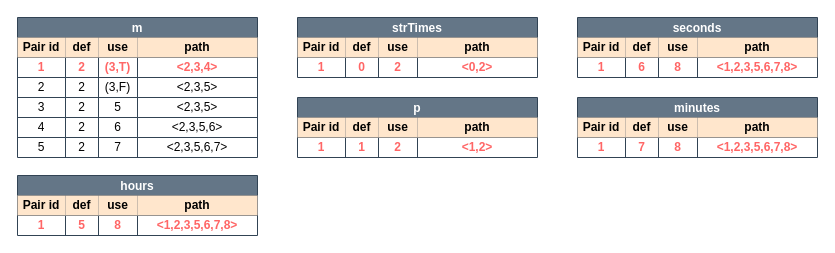
The draw.io diagram page "All-defs" (4 of 6) of docs/08_assignment/figures/parseSeconds.drawio in Jumaruba/jtimesched, before the edit. Source tidied: cells renumbered, new cells numbered last; positions are measured from the earlier drawing's top-left corner, leaving out a move shared by most shapes. Both pictures are drawn from the tidied source at 100%, with x=0, y=0 at pixel (17, 17).
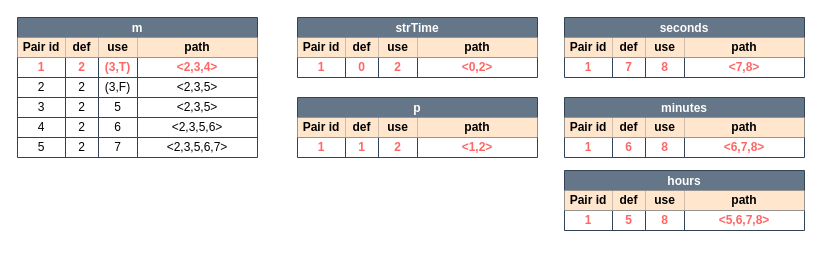
After the change.

What changed in the source:
```diff
@@
-    <mxCell id="2" value="hours" style="shape=table;startSize=20;childLayout=tableLayout;fontStyle=1;align=center;labelBackgroundColor=none;fontSize=12;fillColor=#647687;fontColor=#ffffff;strokeColor=#314354;" parent="1" vertex="1">
-      <mxGeometry y="158" width="240" height="60" as="geometry" />
-    </mxCell>
-    <mxCell id="3" style="shape=partialRectangle;html=1;whiteSpace=wrap;fillColor=none;top=0;left=0;bottom=0;right=0;labelBackgroundColor=none;fontSize=12;" parent="2" vertex="1">
-      <mxGeometry y="20" width="240" height="20" as="geometry" />
-    </mxCell>
-    <mxCell id="4" value="Pair id" style="shape=partialRectangle;html=1;whiteSpace=wrap;fillColor=#ffe6cc;top=0;left=0;bottom=0;right=0;overflow=hidden;labelBackgroundColor=none;fontSize=12;strokeColor=#d79b00;fontStyle=1;" parent="3" vertex="1">
-      <mxGeometry width="48" height="20" as="geometry" />
-    </mxCell>
-    <mxCell id="5" value="def" style="shape=partialRectangle;html=1;whiteSpace=wrap;fillColor=#ffe6cc;top=0;left=0;bottom=0;right=0;overflow=hidden;labelBackgroundColor=none;fontSize=12;strokeColor=#d79b00;fontStyle=1;" parent="3" vertex="1">
-      <mxGeometry x="48" width="33" height="20" as="geometry" />
-    </mxCell>
-    <mxCell id="6" value="use" style="shape=partialRectangle;html=1;whiteSpace=wrap;fillColor=#ffe6cc;top=0;left=0;bottom=0;right=0;overflow=hidden;labelBackgroundColor=none;fontSize=12;strokeColor=#d79b00;fontStyle=1;" parent="3" vertex="1">
-      <mxGeometry x="81" width="39" height="20" as="geometry" />
-    </mxCell>
-    <mxCell id="7" value="path" style="shape=partialRectangle;html=1;whiteSpace=wrap;fillColor=#ffe6cc;top=0;left=0;bottom=0;right=0;overflow=hidden;labelBackgroundColor=none;fontSize=12;strokeColor=#d79b00;fontStyle=1;" parent="3" vertex="1">
-      <mxGeometry x="120" width="120" height="20" as="geometry" />
-    </mxCell>
-    <mxCell id="8" style="shape=partialRectangle;html=1;whiteSpace=wrap;fillColor=none;top=0;left=0;bottom=0;right=0;labelBackgroundColor=none;fontSize=12;" parent="2" vertex="1">
-      <mxGeometry y="40" width="240" height="20" as="geometry" />
-    </mxCell>
-    <mxCell id="9" value="1" style="shape=partialRectangle;html=1;whiteSpace=wrap;fillColor=none;top=0;left=0;bottom=0;right=0;overflow=hidden;labelBackgroundColor=none;fontSize=12;fontStyle=1;fontColor=#FF6666;" parent="8" vertex="1">
-      <mxGeometry width="48" height="20" as="geometry" />
-    </mxCell>
-    <mxCell id="10" value="5" style="shape=partialRectangle;html=1;whiteSpace=wrap;fillColor=none;top=0;left=0;bottom=0;right=0;overflow=hidden;labelBackgroundColor=none;fontSize=12;fontStyle=1;fontColor=#FF6666;" parent="8" vertex="1">
-      <mxGeometry x="48" width="33" height="20" as="geometry" />
-    </mxCell>
-    <mxCell id="11" value="8" style="shape=partialRectangle;html=1;whiteSpace=wrap;fillColor=none;top=0;left=0;bottom=0;right=0;overflow=hidden;labelBackgroundColor=none;fontSize=12;fontStyle=1;fontColor=#FF6666;" parent="8" vertex="1">
-      <mxGeometry x="81" width="39" height="20" as="geometry" />
-    </mxCell>
-    <mxCell id="12" value="&amp;lt;1,2,3,5,6,7,8&amp;gt;" style="shape=partialRectangle;html=1;whiteSpace=wrap;fillColor=none;top=0;left=0;bottom=0;right=0;overflow=hidden;labelBackgroundColor=none;fontSize=12;fontStyle=1;fontColor=#FF6666;" parent="8" vertex="1">
-      <mxGeometry x="120" width="120" height="20" as="geometry" />
-    </mxCell>
-    <mxCell id="13" value="seconds" style="shape=table;startSize=20;childLayout=tableLayout;fontStyle=1;align=center;labelBackgroundColor=none;fontSize=12;fillColor=#647687;fontColor=#ffffff;strokeColor=#314354;perimeterSpacing=0;" parent="1" vertex="1">
-      <mxGeometry x="560" width="240" height="60" as="geometry" />
-    </mxCell>
-    <mxCell id="14" style="shape=partialRectangle;html=1;whiteSpace=wrap;fillColor=none;top=0;left=0;bottom=0;right=0;labelBackgroundColor=none;fontSize=12;" parent="13" vertex="1">
-      <mxGeometry y="20" width="240" height="20" as="geometry" />
-    </mxCell>
-    <mxCell id="15" value="Pair id" style="shape=partialRectangle;html=1;whiteSpace=wrap;fillColor=#ffe6cc;top=0;left=0;bottom=0;right=0;overflow=hidden;labelBackgroundColor=none;fontSize=12;strokeColor=#d79b00;fontStyle=1;" parent="14" vertex="1">
-      <mxGeometry width="48" height="20" as="geometry" />
-    </mxCell>
-    <mxCell id="16" value="def" style="shape=partialRectangle;html=1;whiteSpace=wrap;fillColor=#ffe6cc;top=0;left=0;bottom=0;right=0;overflow=hidden;labelBackgroundColor=none;fontSize=12;strokeColor=#d79b00;fontStyle=1;" parent="14" vertex="1">
-      <mxGeometry x="48" width="33" height="20" as="geometry" />
-    </mxCell>
-    <mxCell id="17" value="use" style="shape=partialRectangle;html=1;whiteSpace=wrap;fillColor=#ffe6cc;top=0;left=0;bottom=0;right=0;overflow=hidden;labelBackgroundColor=none;fontSize=12;strokeColor=#d79b00;fontStyle=1;" parent="14" vertex="1">
-      <mxGeometry x="81" width="39" height="20" as="geometry" />
-    </mxCell>
-    <mxCell id="18" value="path" style="shape=partialRectangle;html=1;whiteSpace=wrap;fillColor=#ffe6cc;top=0;left=0;bottom=0;right=0;overflow=hidden;labelBackgroundColor=none;fontSize=12;strokeColor=#d79b00;fontStyle=1;" parent="14" vertex="1">
-      <mxGeometry x="120" width="120" height="20" as="geometry" />
-    </mxCell>
-    <mxCell id="19" style="shape=partialRectangle;html=1;whiteSpace=wrap;fillColor=none;top=0;left=0;bottom=0;right=0;labelBackgroundColor=none;fontSize=12;" parent="13" vertex="1">
-      <mxGeometry y="40" width="240" height="20" as="geometry" />
-    </mxCell>
-    <mxCell id="20" value="1" style="shape=partialRectangle;html=1;whiteSpace=wrap;fillColor=none;top=0;left=0;bottom=0;right=0;overflow=hidden;labelBackgroundColor=none;fontSize=12;fontColor=#FF6666;fontStyle=1;" parent="19" vertex="1">
-      <mxGeometry width="48" height="20" as="geometry" />
-    </mxCell>
-    <mxCell id="21" value="6" style="shape=partialRectangle;html=1;whiteSpace=wrap;fillColor=none;top=0;left=0;bottom=0;right=0;overflow=hidden;labelBackgroundColor=none;fontSize=12;fontColor=#FF6666;fontStyle=1;" parent="19" vertex="1">
-      <mxGeometry x="48" width="33" height="20" as="geometry" />
-    </mxCell>
-    <mxCell id="22" value="8" style="shape=partialRectangle;html=1;whiteSpace=wrap;fillColor=none;top=0;left=0;bottom=0;right=0;overflow=hidden;labelBackgroundColor=none;fontSize=12;fontColor=#FF6666;fontStyle=1;" parent="19" vertex="1">
-      <mxGeometry x="81" width="39" height="20" as="geometry" />
-    </mxCell>
-    <mxCell id="23" value="&amp;lt;1,2,3,5,6,7,8&amp;gt;" style="shape=partialRectangle;html=1;whiteSpace=wrap;fillColor=none;top=0;left=0;bottom=0;right=0;overflow=hidden;labelBackgroundColor=none;fontSize=12;fontColor=#FF6666;fontStyle=1;" parent="19" vertex="1">
-      <mxGeometry x="120" width="120" height="20" as="geometry" />
-    </mxCell>
-    <mxCell id="24" value="minutes" style="shape=table;startSize=20;childLayout=tableLayout;fontStyle=1;align=center;labelBackgroundColor=none;fontSize=12;fillColor=#647687;fontColor=#ffffff;strokeColor=#314354;" parent="1" vertex="1">
-      <mxGeometry x="560" y="80" width="240" height="60" as="geometry" />
-    </mxCell>
-    <mxCell id="25" style="shape=partialRectangle;html=1;whiteSpace=wrap;fillColor=none;top=0;left=0;bottom=0;right=0;labelBackgroundColor=none;fontSize=12;" parent="24" vertex="1">
-      <mxGeometry y="20" width="240" height="20" as="geometry" />
-    </mxCell>
-    <mxCell id="26" value="Pair id" style="shape=partialRectangle;html=1;whiteSpace=wrap;fillColor=#ffe6cc;top=0;left=0;bottom=0;right=0;overflow=hidden;labelBackgroundColor=none;fontSize=12;strokeColor=#d79b00;fontStyle=1;" parent="25" vertex="1">
-      <mxGeometry width="48" height="20" as="geometry" />
-    </mxCell>
-    <mxCell id="27" value="def" style="shape=partialRectangle;html=1;whiteSpace=wrap;fillColor=#ffe6cc;top=0;left=0;bottom=0;right=0;overflow=hidden;labelBackgroundColor=none;fontSize=12;strokeColor=#d79b00;fontStyle=1;" parent="25" vertex="1">
-      <mxGeometry x="48" width="33" height="20" as="geometry" />
-    </mxCell>
-    <mxCell id="28" value="use" style="shape=partialRectangle;html=1;whiteSpace=wrap;fillColor=#ffe6cc;top=0;left=0;bottom=0;right=0;overflow=hidden;labelBackgroundColor=none;fontSize=12;strokeColor=#d79b00;fontStyle=1;" parent="25" vertex="1">
-      <mxGeometry x="81" width="39" height="20" as="geometry" />
-    </mxCell>
-    <mxCell id="29" value="path" style="shape=partialRectangle;html=1;whiteSpace=wrap;fillColor=#ffe6cc;top=0;left=0;bottom=0;right=0;overflow=hidden;labelBackgroundColor=none;fontSize=12;strokeColor=#d79b00;fontStyle=1;" parent="25" vertex="1">
-      <mxGeometry x="120" width="120" height="20" as="geometry" />
-    </mxCell>
-    <mxCell id="30" style="shape=partialRectangle;html=1;whiteSpace=wrap;fillColor=none;top=0;left=0;bottom=0;right=0;labelBackgroundColor=none;fontSize=12;" parent="24" vertex="1">
-      <mxGeometry y="40" width="240" height="20" as="geometry" />
-    </mxCell>
-    <mxCell id="31" value="1" style="shape=partialRectangle;html=1;whiteSpace=wrap;fillColor=none;top=0;left=0;bottom=0;right=0;overflow=hidden;labelBackgroundColor=none;fontSize=12;fontColor=#FF6666;fontStyle=1;" parent="30" vertex="1">
-      <mxGeometry width="48" height="20" as="geometry" />
-    </mxCell>
-    <mxCell id="32" value="7" style="shape=partialRectangle;html=1;whiteSpace=wrap;fillColor=none;top=0;left=0;bottom=0;right=0;overflow=hidden;labelBackgroundColor=none;fontSize=12;fontColor=#FF6666;fontStyle=1;" parent="30" vertex="1">
-      <mxGeometry x="48" width="33" height="20" as="geometry" />
-    </mxCell>
-    <mxCell id="33" value="8" style="shape=partialRectangle;html=1;whiteSpace=wrap;fillColor=none;top=0;left=0;bottom=0;right=0;overflow=hidden;labelBackgroundColor=none;fontSize=12;fontColor=#FF6666;fontStyle=1;" parent="30" vertex="1">
-      <mxGeometry x="81" width="39" height="20" as="geometry" />
-    </mxCell>
-    <mxCell id="34" value="&amp;lt;1,2,3,5,6,7,8&amp;gt;" style="shape=partialRectangle;html=1;whiteSpace=wrap;fillColor=none;top=0;left=0;bottom=0;right=0;overflow=hidden;labelBackgroundColor=none;fontSize=12;fontColor=#FF6666;fontStyle=1;" parent="30" vertex="1">
-      <mxGeometry x="120" width="120" height="20" as="geometry" />
-    </mxCell>
@@
-    <mxCell id="66" value="strTimes" style="shape=table;startSize=20;childLayout=tableLayout;fontStyle=1;align=center;labelBackgroundColor=none;fontSize=12;fillColor=#647687;fontColor=#ffffff;strokeColor=#314354;" parent="1" vertex="1">
+    <mxCell id="66" value="strTime" style="shape=table;startSize=20;childLayout=tableLayout;fontStyle=1;align=center;labelBackgroundColor=none;fontSize=12;fillColor=#647687;fontColor=#ffffff;strokeColor=#314354;" parent="1" vertex="1">
       <mxGeometry x="280" width="240" height="60" as="geometry" />
     </mxCell>
@@
+    <mxCell id="2" value="hours" style="shape=table;startSize=20;childLayout=tableLayout;fontStyle=1;align=center;labelBackgroundColor=none;fontSize=12;fillColor=#647687;fontColor=#ffffff;strokeColor=#314354;" parent="1" vertex="1">
+      <mxGeometry x="547" y="153" width="240" height="60" as="geometry" />
+    </mxCell>
+    <mxCell id="88" style="shape=partialRectangle;html=1;whiteSpace=wrap;fillColor=none;top=0;left=0;bottom=0;right=0;labelBackgroundColor=none;fontSize=12;" parent="2" vertex="1">
+      <mxGeometry y="20" width="240" height="20" as="geometry" />
+    </mxCell>
+    <mxCell id="89" value="Pair id" style="shape=partialRectangle;html=1;whiteSpace=wrap;fillColor=#ffe6cc;top=0;left=0;bottom=0;right=0;overflow=hidden;labelBackgroundColor=none;fontSize=12;strokeColor=#d79b00;fontStyle=1;" parent="88" vertex="1">
+      <mxGeometry width="48" height="20" as="geometry" />
+    </mxCell>
+    <mxCell id="90" value="def" style="shape=partialRectangle;html=1;whiteSpace=wrap;fillColor=#ffe6cc;top=0;left=0;bottom=0;right=0;overflow=hidden;labelBackgroundColor=none;fontSize=12;strokeColor=#d79b00;fontStyle=1;" parent="88" vertex="1">
+      <mxGeometry x="48" width="33" height="20" as="geometry" />
+    </mxCell>
+    <mxCell id="91" value="use" style="shape=partialRectangle;html=1;whiteSpace=wrap;fillColor=#ffe6cc;top=0;left=0;bottom=0;right=0;overflow=hidden;labelBackgroundColor=none;fontSize=12;strokeColor=#d79b00;fontStyle=1;" parent="88" vertex="1">
+      <mxGeometry x="81" width="39" height="20" as="geometry" />
+    </mxCell>
+    <mxCell id="92" value="path" style="shape=partialRectangle;html=1;whiteSpace=wrap;fillColor=#ffe6cc;top=0;left=0;bottom=0;right=0;overflow=hidden;labelBackgroundColor=none;fontSize=12;strokeColor=#d79b00;fontStyle=1;" parent="88" vertex="1">
+      <mxGeometry x="120" width="120" height="20" as="geometry" />
+    </mxCell>
+    <mxCell id="93" style="shape=partialRectangle;html=1;whiteSpace=wrap;fillColor=none;top=0;left=0;bottom=0;right=0;labelBackgroundColor=none;fontSize=12;" parent="2" vertex="1">
+      <mxGeometry y="40" width="240" height="20" as="geometry" />
+    </mxCell>
+    <mxCell id="9" value="1" style="shape=partialRectangle;html=1;whiteSpace=wrap;fillColor=none;top=0;left=0;bottom=0;right=0;overflow=hidden;labelBackgroundColor=none;fontSize=12;fontStyle=1;fontColor=#FF6666;" parent="93" vertex="1">
+      <mxGeometry width="48" height="20" as="geometry" />
+    </mxCell>
+    <mxCell id="10" value="5" style="shape=partialRectangle;html=1;whiteSpace=wrap;fillColor=none;top=0;left=0;bottom=0;right=0;overflow=hidden;labelBackgroundColor=none;fontSize=12;fontStyle=1;fontColor=#FF6666;" parent="93" vertex="1">
+      <mxGeometry x="48" width="33" height="20" as="geometry" />
+    </mxCell>
+    <mxCell id="11" value="8" style="shape=partialRectangle;html=1;whiteSpace=wrap;fillColor=none;top=0;left=0;bottom=0;right=0;overflow=hidden;labelBackgroundColor=none;fontSize=12;fontStyle=1;fontColor=#FF6666;" parent="93" vertex="1">
+      <mxGeometry x="81" width="39" height="20" as="geometry" />
+    </mxCell>
+    <mxCell id="94" value="&amp;lt;5,6,7,8&amp;gt;" style="shape=partialRectangle;html=1;whiteSpace=wrap;fillColor=none;top=0;left=0;bottom=0;right=0;overflow=hidden;labelBackgroundColor=none;fontSize=12;fontStyle=1;fontColor=#FF6666;" parent="93" vertex="1">
+      <mxGeometry x="120" width="120" height="20" as="geometry" />
+    </mxCell>
+    <mxCell id="13" value="seconds" style="shape=table;startSize=20;childLayout=tableLayout;fontStyle=1;align=center;labelBackgroundColor=none;fontSize=12;fillColor=#647687;fontColor=#ffffff;strokeColor=#314354;perimeterSpacing=0;" parent="1" vertex="1">
+      <mxGeometry x="547" width="240" height="60" as="geometry" />
+    </mxCell>
+    <mxCell id="95" style="shape=partialRectangle;html=1;whiteSpace=wrap;fillColor=none;top=0;left=0;bottom=0;right=0;labelBackgroundColor=none;fontSize=12;" parent="13" vertex="1">
+      <mxGeometry y="20" width="240" height="20" as="geometry" />
+    </mxCell>
+    <mxCell id="96" value="Pair id" style="shape=partialRectangle;html=1;whiteSpace=wrap;fillColor=#ffe6cc;top=0;left=0;bottom=0;right=0;overflow=hidden;labelBackgroundColor=none;fontSize=12;strokeColor=#d79b00;fontStyle=1;" parent="95" vertex="1">
+      <mxGeometry width="48" height="20" as="geometry" />
+    </mxCell>
+    <mxCell id="97" value="def" style="shape=partialRectangle;html=1;whiteSpace=wrap;fillColor=#ffe6cc;top=0;left=0;bottom=0;right=0;overflow=hidden;labelBackgroundColor=none;fontSize=12;strokeColor=#d79b00;fontStyle=1;" parent="95" vertex="1">
+      <mxGeometry x="48" width="33" height="20" as="geometry" />
+    </mxCell>
+    <mxCell id="98" value="use" style="shape=partialRectangle;html=1;whiteSpace=wrap;fillColor=#ffe6cc;top=0;left=0;bottom=0;right=0;overflow=hidden;labelBackgroundColor=none;fontSize=12;strokeColor=#d79b00;fontStyle=1;" parent="95" vertex="1">
+      <mxGeometry x="81" width="39" height="20" as="geometry" />
+    </mxCell>
+    <mxCell id="99" value="path" style="shape=partialRectangle;html=1;whiteSpace=wrap;fillColor=#ffe6cc;top=0;left=0;bottom=0;right=0;overflow=hidden;labelBackgroundColor=none;fontSize=12;strokeColor=#d79b00;fontStyle=1;" parent="95" vertex="1">
+      <mxGeometry x="120" width="120" height="20" as="geometry" />
+    </mxCell>
+    <mxCell id="100" style="shape=partialRectangle;html=1;whiteSpace=wrap;fillColor=none;top=0;left=0;bottom=0;right=0;labelBackgroundColor=none;fontSize=12;" parent="13" vertex="1">
+      <mxGeometry y="40" width="240" height="20" as="geometry" />
+    </mxCell>
+    <mxCell id="101" value="1" style="shape=partialRectangle;html=1;whiteSpace=wrap;fillColor=none;top=0;left=0;bottom=0;right=0;overflow=hidden;labelBackgroundColor=none;fontSize=12;fontColor=#FF6666;fontStyle=1;" parent="100" vertex="1">
+      <mxGeometry width="48" height="20" as="geometry" />
+    </mxCell>
+    <mxCell id="32" value="7" style="shape=partialRectangle;html=1;whiteSpace=wrap;fillColor=none;top=0;left=0;bottom=0;right=0;overflow=hidden;labelBackgroundColor=none;fontSize=12;fontColor=#FF6666;fontStyle=1;" parent="100" vertex="1">
+      <mxGeometry x="48" width="33" height="20" as="geometry" />
+    </mxCell>
+    <mxCell id="102" value="8" style="shape=partialRectangle;html=1;whiteSpace=wrap;fillColor=none;top=0;left=0;bottom=0;right=0;overflow=hidden;labelBackgroundColor=none;fontSize=12;fontColor=#FF6666;fontStyle=1;" parent="100" vertex="1">
+      <mxGeometry x="81" width="39" height="20" as="geometry" />
+    </mxCell>
+    <mxCell id="103" value="&amp;lt;7,8&amp;gt;" style="shape=partialRectangle;html=1;whiteSpace=wrap;fillColor=none;top=0;left=0;bottom=0;right=0;overflow=hidden;labelBackgroundColor=none;fontSize=12;fontColor=#FF6666;fontStyle=1;" parent="100" vertex="1">
+      <mxGeometry x="120" width="120" height="20" as="geometry" />
+    </mxCell>
+    <mxCell id="24" value="minutes" style="shape=table;startSize=20;childLayout=tableLayout;fontStyle=1;align=center;labelBackgroundColor=none;fontSize=12;fillColor=#647687;fontColor=#ffffff;strokeColor=#314354;" parent="1" vertex="1">
+      <mxGeometry x="547" y="80" width="240" height="60" as="geometry" />
+    </mxCell>
+    <mxCell id="104" style="shape=partialRectangle;html=1;whiteSpace=wrap;fillColor=none;top=0;left=0;bottom=0;right=0;labelBackgroundColor=none;fontSize=12;" parent="24" vertex="1">
+      <mxGeometry y="20" width="240" height="20" as="geometry" />
+    </mxCell>
+    <mxCell id="105" value="Pair id" style="shape=partialRectangle;html=1;whiteSpace=wrap;fillColor=#ffe6cc;top=0;left=0;bottom=0;right=0;overflow=hidden;labelBackgroundColor=none;fontSize=12;strokeColor=#d79b00;fontStyle=1;" parent="104" vertex="1">
+      <mxGeometry width="48" height="20" as="geometry" />
+    </mxCell>
+    <mxCell id="106" value="def" style="shape=partialRectangle;html=1;whiteSpace=wrap;fillColor=#ffe6cc;top=0;left=0;bottom=0;right=0;overflow=hidden;labelBackgroundColor=none;fontSize=12;strokeColor=#d79b00;fontStyle=1;" parent="104" vertex="1">
+      <mxGeometry x="48" width="33" height="20" as="geometry" />
+    </mxCell>
+    <mxCell id="107" value="use" style="shape=partialRectangle;html=1;whiteSpace=wrap;fillColor=#ffe6cc;top=0;left=0;bottom=0;right=0;overflow=hidden;labelBackgroundColor=none;fontSize=12;strokeColor=#d79b00;fontStyle=1;" parent="104" vertex="1">
+      <mxGeometry x="81" width="39" height="20" as="geometry" />
+    </mxCell>
+    <mxCell id="108" value="path" style="shape=partialRectangle;html=1;whiteSpace=wrap;fillColor=#ffe6cc;top=0;left=0;bottom=0;right=0;overflow=hidden;labelBackgroundColor=none;fontSize=12;strokeColor=#d79b00;fontStyle=1;" parent="104" vertex="1">
+      <mxGeometry x="120" width="120" height="20" as="geometry" />
+    </mxCell>
+    <mxCell id="109" style="shape=partialRectangle;html=1;whiteSpace=wrap;fillColor=none;top=0;left=0;bottom=0;right=0;labelBackgroundColor=none;fontSize=12;" parent="24" vertex="1">
+      <mxGeometry y="40" width="240" height="20" as="geometry" />
+    </mxCell>
+    <mxCell id="110" value="1" style="shape=partialRectangle;html=1;whiteSpace=wrap;fillColor=none;top=0;left=0;bottom=0;right=0;overflow=hidden;labelBackgroundColor=none;fontSize=12;fontColor=#FF6666;fontStyle=1;" parent="109" vertex="1">
+      <mxGeometry width="48" height="20" as="geometry" />
+    </mxCell>
+    <mxCell id="21" value="6" style="shape=partialRectangle;html=1;whiteSpace=wrap;fillColor=none;top=0;left=0;bottom=0;right=0;overflow=hidden;labelBackgroundColor=none;fontSize=12;fontColor=#FF6666;fontStyle=1;" parent="109" vertex="1">
+      <mxGeometry x="48" width="33" height="20" as="geometry" />
+    </mxCell>
+    <mxCell id="111" value="8" style="shape=partialRectangle;html=1;whiteSpace=wrap;fillColor=none;top=0;left=0;bottom=0;right=0;overflow=hidden;labelBackgroundColor=none;fontSize=12;fontColor=#FF6666;fontStyle=1;" parent="109" vertex="1">
+      <mxGeometry x="81" width="39" height="20" as="geometry" />
+    </mxCell>
+    <mxCell id="112" value="&amp;lt;6,7,8&amp;gt;" style="shape=partialRectangle;html=1;whiteSpace=wrap;fillColor=none;top=0;left=0;bottom=0;right=0;overflow=hidden;labelBackgroundColor=none;fontSize=12;fontColor=#FF6666;fontStyle=1;" parent="109" vertex="1">
+      <mxGeometry x="120" width="120" height="20" as="geometry" />
+    </mxCell>
```
